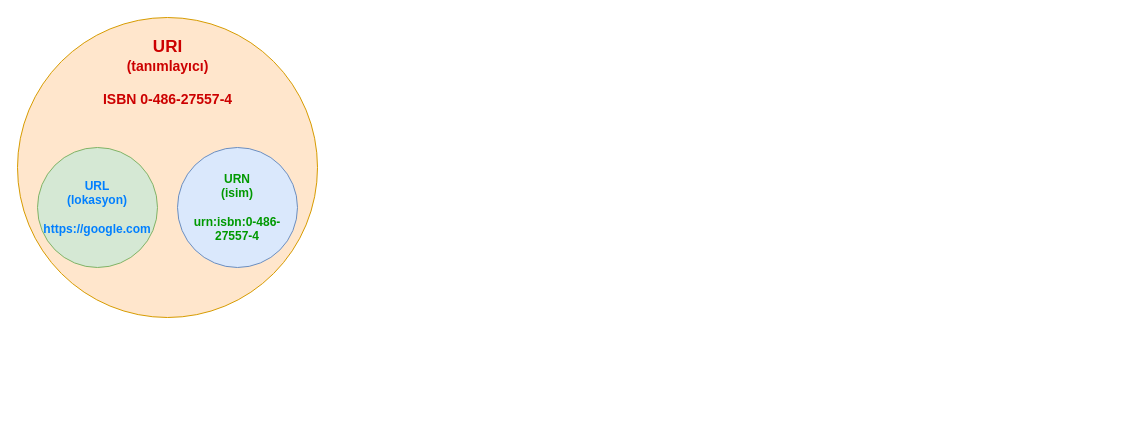
aysedemirel/aysedemirel.github.io keeps this draw.io diagram as page "BROWSERS" (6 of 6) of mavenFlow.drawio. Above is the earlier version. Source tidied: cells renumbered, new cells numbered last; positions are measured from the earlier drawing's top-left corner, leaving out a move shared by most shapes. Both pictures are drawn from the tidied source at 100%, with x=0, y=0 at pixel (17, 17).
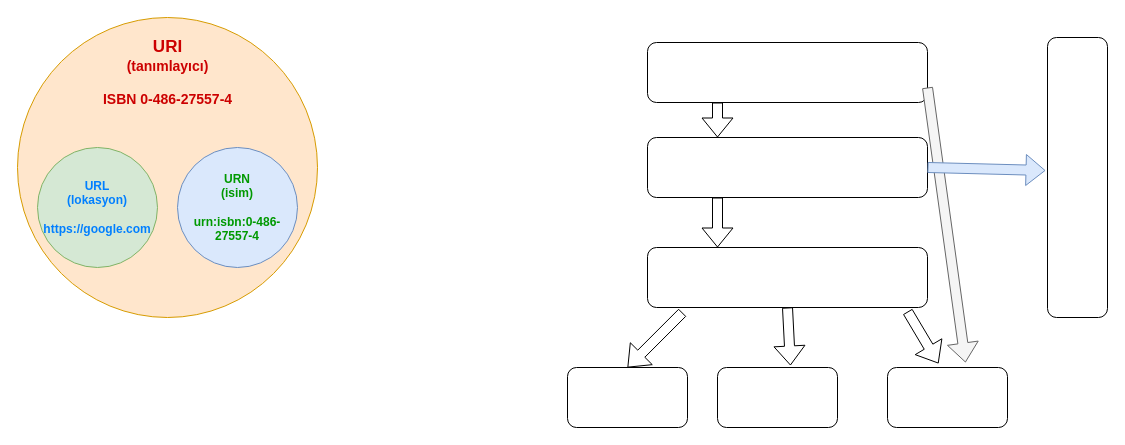
Above is the later version.

The edit, as a diff of the source:
```diff
@@
 <mxGraphModel>
   <root>
     <mxCell id="0" />
     <mxCell id="1" parent="0" />
     <mxCell id="2" style="ellipse;whiteSpace=wrap;html=1;fillColor=#ffe6cc;strokeColor=#d79b00;" parent="1" vertex="1">
       <mxGeometry width="300" height="300" as="geometry" />
     </mxCell>
     <mxCell id="3" value="&lt;b&gt;&lt;span&gt;URL&lt;/span&gt;&lt;br&gt;&lt;span&gt;(lokasyon)&lt;/span&gt;&lt;br&gt;&lt;br&gt;&lt;span&gt;https://google.com&lt;/span&gt;&lt;/b&gt;" style="ellipse;whiteSpace=wrap;html=1;fillColor=#d5e8d4;strokeColor=#82b366;fontColor=#007FFF;" parent="1" vertex="1">
       <mxGeometry x="20" y="130" width="120" height="120" as="geometry" />
     </mxCell>
     <mxCell id="4" value="URN&lt;br&gt;(isim)&lt;br&gt;&lt;br&gt;urn:isbn:0-486-27557-4" style="ellipse;whiteSpace=wrap;html=1;fillColor=#dae8fc;strokeColor=#6c8ebf;fontStyle=1;fontColor=#009900;" parent="1" vertex="1">
       <mxGeometry x="160" y="130" width="120" height="120" as="geometry" />
     </mxCell>
     <mxCell id="5" value="&lt;font style=&quot;font-size: 17px&quot;&gt;URI&lt;/font&gt;&lt;br style=&quot;font-size: 14px&quot;&gt;(tanımlayıcı)&lt;br style=&quot;font-size: 14px&quot;&gt;&lt;br style=&quot;font-size: 14px&quot;&gt;ISBN 0-486-27557-4" style="text;html=1;strokeColor=none;fillColor=none;align=center;verticalAlign=middle;whiteSpace=wrap;rounded=0;fontStyle=1;fontSize=14;fontColor=#CC0000;" parent="1" vertex="1">
       <mxGeometry x="72.5" y="20" width="155" height="70" as="geometry" />
     </mxCell>
+    <mxCell id="6" style="rounded=1;whiteSpace=wrap;html=1;" parent="1" vertex="1">
+      <mxGeometry x="630" y="25" width="280" height="60" as="geometry" />
+    </mxCell>
+    <mxCell id="7" style="rounded=1;whiteSpace=wrap;html=1;" parent="1" vertex="1">
+      <mxGeometry x="630" y="120" width="280" height="60" as="geometry" />
+    </mxCell>
+    <mxCell id="8" style="rounded=1;whiteSpace=wrap;html=1;" parent="1" vertex="1">
+      <mxGeometry x="630" y="230" width="280" height="60" as="geometry" />
+    </mxCell>
+    <mxCell id="9" style="rounded=1;whiteSpace=wrap;html=1;rotation=90;" parent="1" vertex="1">
+      <mxGeometry x="920" y="130" width="280" height="60" as="geometry" />
+    </mxCell>
+    <mxCell id="10" style="rounded=1;whiteSpace=wrap;html=1;" parent="1" vertex="1">
+      <mxGeometry x="550" y="350" width="120" height="60" as="geometry" />
+    </mxCell>
+    <mxCell id="11" style="rounded=1;whiteSpace=wrap;html=1;" parent="1" vertex="1">
+      <mxGeometry x="700" y="350" width="120" height="60" as="geometry" />
+    </mxCell>
+    <mxCell id="12" style="rounded=1;whiteSpace=wrap;html=1;" parent="1" vertex="1">
+      <mxGeometry x="870" y="350" width="120" height="60" as="geometry" />
+    </mxCell>
+    <mxCell id="13" style="shape=flexArrow;endArrow=classic;html=1;exitX=0.25;exitY=1;exitDx=0;exitDy=0;entryX=0.25;entryY=0;entryDx=0;entryDy=0;" parent="1" edge="1" source="6" target="7">
+      <mxGeometry relative="1" as="geometry" />
+    </mxCell>
+    <mxCell id="14" style="shape=flexArrow;endArrow=classic;html=1;exitX=0.25;exitY=1;exitDx=0;exitDy=0;entryX=0.25;entryY=0;entryDx=0;entryDy=0;" parent="1" edge="1" source="7" target="8">
+      <mxGeometry relative="1" as="geometry" />
+    </mxCell>
+    <mxCell id="15" style="shape=flexArrow;endArrow=classic;html=1;entryX=0.5;entryY=0;entryDx=0;entryDy=0;exitX=0.125;exitY=1.083;exitDx=0;exitDy=0;exitPerimeter=0;" parent="1" edge="1" source="8" target="10">
+      <mxGeometry relative="1" as="geometry" />
+    </mxCell>
+    <mxCell id="16" style="shape=flexArrow;endArrow=classic;html=1;exitX=0.5;exitY=1;exitDx=0;exitDy=0;entryX=0.608;entryY=-0.033;entryDx=0;entryDy=0;entryPerimeter=0;" parent="1" edge="1" source="8" target="11">
+      <mxGeometry relative="1" as="geometry" />
+    </mxCell>
+    <mxCell id="17" style="shape=flexArrow;endArrow=classic;html=1;exitX=0.929;exitY=1.067;exitDx=0;exitDy=0;exitPerimeter=0;entryX=0.425;entryY=-0.067;entryDx=0;entryDy=0;entryPerimeter=0;" parent="1" edge="1" source="8" target="12">
+      <mxGeometry relative="1" as="geometry" />
+    </mxCell>
+    <mxCell id="18" style="shape=flexArrow;endArrow=classic;html=1;exitX=1;exitY=0.75;exitDx=0;exitDy=0;entryX=0.65;entryY=-0.083;entryDx=0;entryDy=0;entryPerimeter=0;fillColor=#f5f5f5;strokeColor=#666666;" parent="1" edge="1" source="6" target="12">
+      <mxGeometry relative="1" as="geometry" />
+    </mxCell>
+    <mxCell id="19" style="shape=flexArrow;endArrow=classic;html=1;exitX=1;exitY=0.5;exitDx=0;exitDy=0;entryX=0.475;entryY=1.033;entryDx=0;entryDy=0;entryPerimeter=0;fillColor=#dae8fc;strokeColor=#6c8ebf;" parent="1" edge="1" source="7" target="9">
+      <mxGeometry relative="1" as="geometry" />
+    </mxCell>
   </root>
 </mxGraphModel>
```
